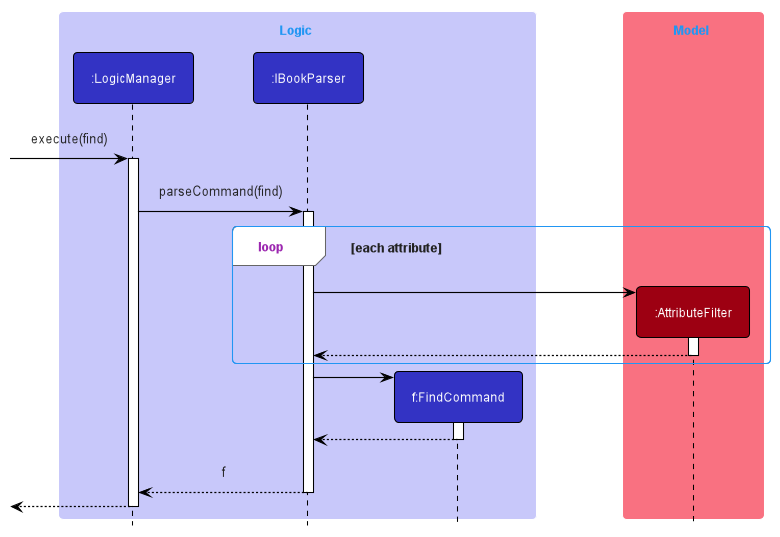
This is docs/images/FindCreationSequenceDiagram.png from nus-cs2103-AY2122S2/tp, a PlantUML export, as it was before one commit.
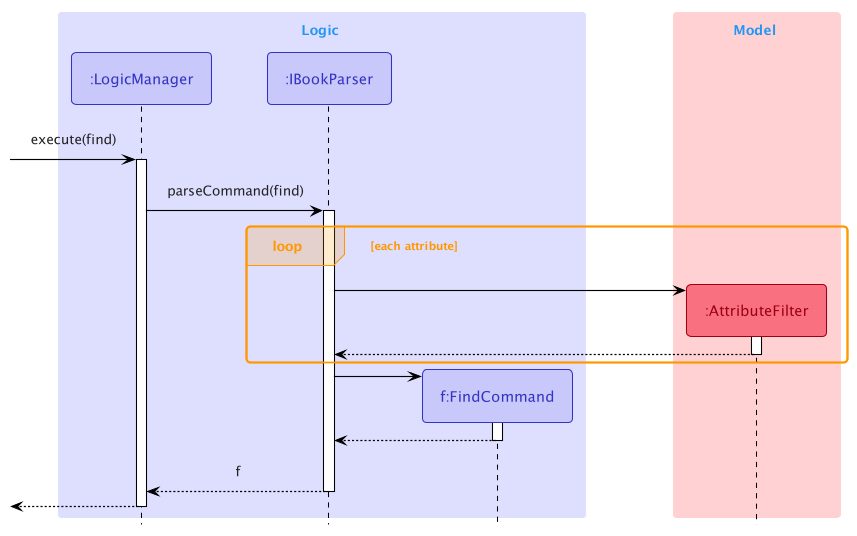
After the commit.

The edit, as a diff of the source:
```diff
@@ -1,15 +1,16 @@
 @startuml
-!include style.puml
+!include Style.puml
+!include SequenceStyle.puml
 
-box Logic LOGIC_COLOR_T1
-participant ":LogicManager" as LogicManager LOGIC_COLOR
-participant ":IBookParser" as IBookParser LOGIC_COLOR
-participant "f:FindCommand" as FindCommand LOGIC_COLOR
-end box
+Box Logic LOGIC_COLOR_LIGHT
+Participant ":LogicManager" as LogicManager<<Logic>>
+Participant ":IBookParser" as IBookParser<<Logic>>
+Participant "f:FindCommand" as FindCommand<<Logic>>
+end Box
 
-box Model MODEL_COLOR_T1
-participant ":AttributeFilter" as AttributeFilter MODEL_COLOR
-end box
+Box Model MODEL_COLOR_LIGHT
+Participant ":AttributeFilter" as AttributeFilter<<Model>>
+end Box
 
 [-> LogicManager : execute(find)
 activate LogicManager
```
